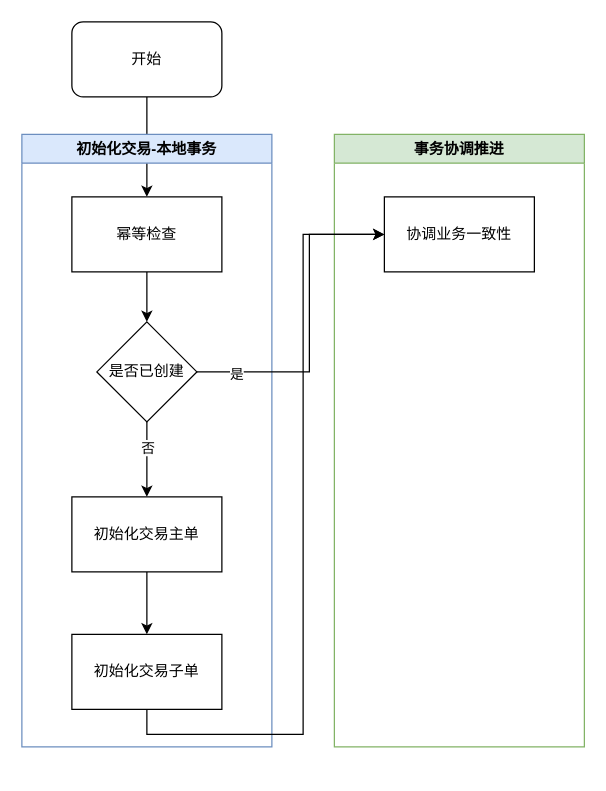
Earlier version of the draw.io diagram 统一交易-创建交易订单.drawio (catface996/images). Source tidied: cells renumbered, new cells numbered last; positions are measured from the earlier drawing's top-left corner, leaving out a move shared by most shapes. Both pictures are drawn from the tidied source at 125%, with x=0, y=0 at pixel (21, 21).
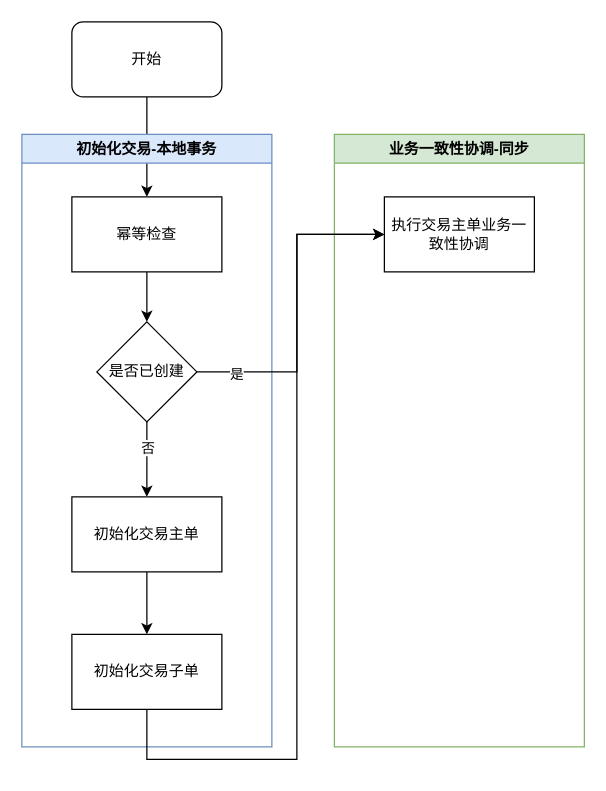
The same page after the edit.

Commit message:
更新统一交易-创建交易订单.drawio

Unchanged cells that the change refers to:
```xml
<mxCell id="7" value="初始化交易子单" style="rounded=0;whiteSpace=wrap;html=1;" parent="4" vertex="1">
  <mxGeometry x="40" y="400" width="120" height="60" as="geometry" />
</mxCell>
<mxCell id="12" value="是否已创建" style="rhombus;whiteSpace=wrap;html=1;" parent="4" vertex="1">
  <mxGeometry x="60" y="150" width="80" height="80" as="geometry" />
</mxCell>
```

Diff of the diagram source:
```diff
@@
-    <mxCell id="13" value="事务协调推进" style="swimlane;fillColor=#d5e8d4;strokeColor=#82b366;" parent="1" vertex="1">
+    <mxCell id="13" value="业务一致性协调-同步" style="swimlane;fillColor=#d5e8d4;strokeColor=#82b366;" parent="1" vertex="1">
       <mxGeometry x="250" y="90" width="200" height="490" as="geometry" />
     </mxCell>
-    <mxCell id="14" value="协调业务一致性" style="rounded=0;whiteSpace=wrap;html=1;" parent="13" vertex="1">
+    <mxCell id="14" value="执行交易主单业务一致性协调" style="rounded=0;whiteSpace=wrap;html=1;" parent="13" vertex="1">
       <mxGeometry x="40" y="50" width="120" height="60" as="geometry" />
     </mxCell>
     <mxCell id="15" style="edgeStyle=orthogonalEdgeStyle;rounded=0;jettySize=auto;html=1;entryX=0;entryY=0.5;entryDx=0;entryDy=0;exitX=0.5;exitY=1;exitDx=0;exitDy=0;" parent="1" edge="1" source="7" target="14">
-      <mxGeometry relative="1" as="geometry" />
+      <mxGeometry relative="1" as="geometry">
+        <Array as="points">
+          <mxPoint x="100" y="590" />
+          <mxPoint x="220" y="590" />
+          <mxPoint x="220" y="170" />
+        </Array>
+      </mxGeometry>
     </mxCell>
     <mxCell id="16" style="edgeStyle=orthogonalEdgeStyle;rounded=0;jettySize=auto;html=1;entryX=0;entryY=0.5;entryDx=0;entryDy=0;" parent="1" edge="1" source="12" target="14">
       <mxGeometry relative="1" as="geometry">
         <Array as="points">
-          <mxPoint x="230" y="280" />
-          <mxPoint x="230" y="170" />
+          <mxPoint x="220" y="280" />
+          <mxPoint x="220" y="170" />
         </Array>
       </mxGeometry>
     </mxCell>
```
